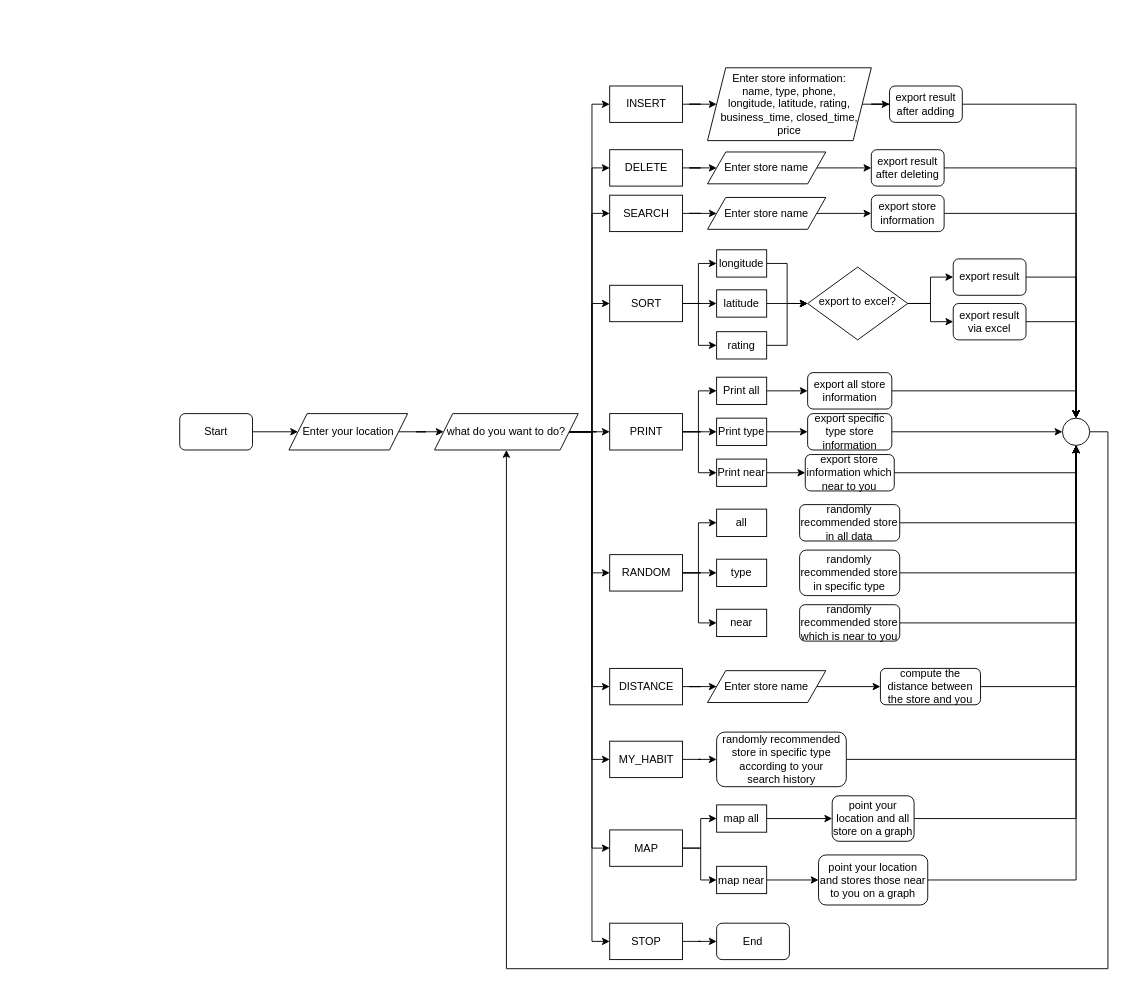
This is Untitled Diagram2.drawio from TzuyenHuang/final_project-Structure_chart, a draw.io file, before an edit. Source tidied: cells renumbered, new cells numbered last; positions are measured from the earlier drawing's top-left corner, leaving out a move shared by most shapes. Both pictures are drawn from the tidied source at 91%, with x=0, y=0 at pixel (179, 67).
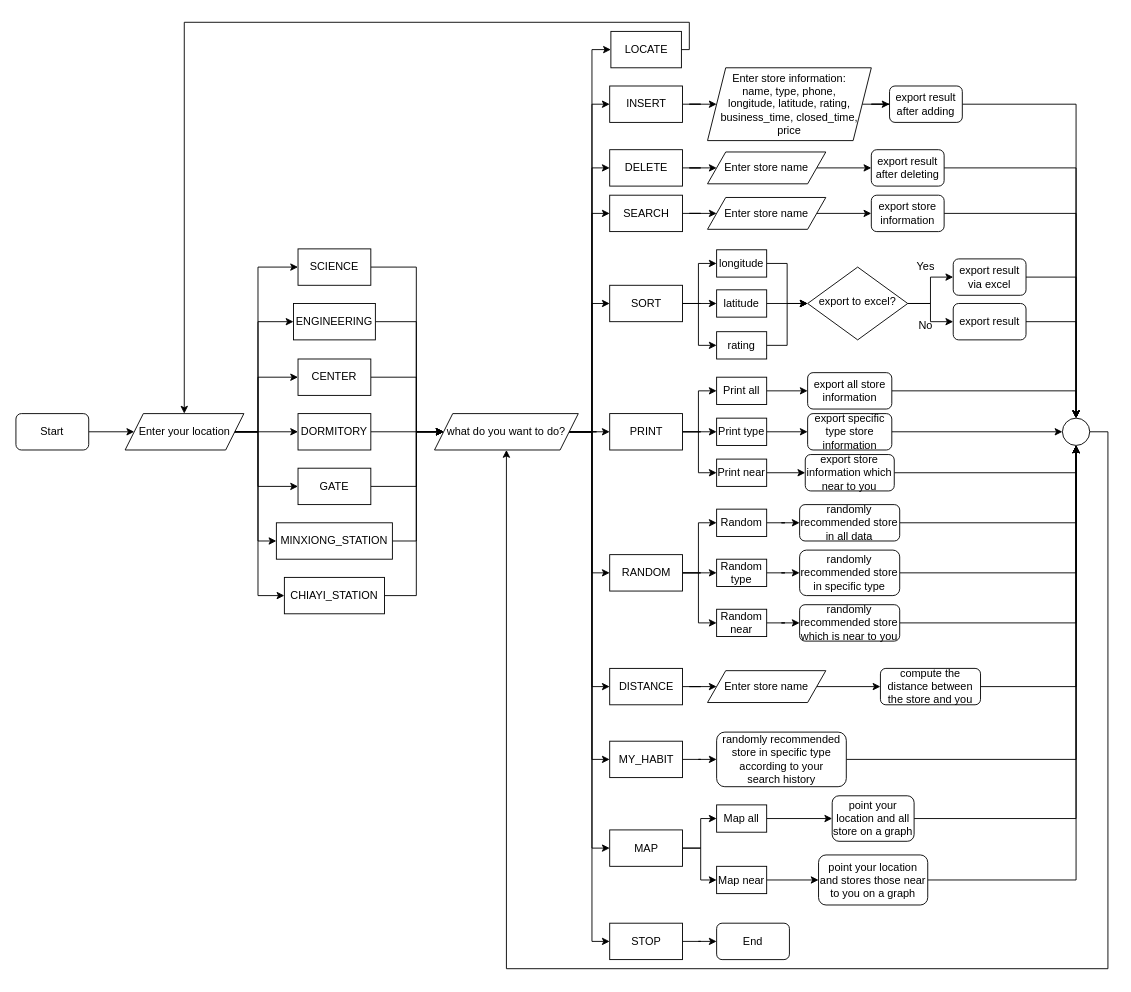
The same page after the edit.

Unchanged cells that the change refers to:
```xml
<mxCell id="14" value="what do you want to do?" style="shape=parallelogram;perimeter=parallelogramPerimeter;whiteSpace=wrap;html=1;fixedSize=1;rounded=0;" parent="1" vertex="1">
  <mxGeometry x="280" y="380" width="158" height="40" as="geometry" />
</mxCell>
<mxCell id="83" value="randomly recommended store in all data" style="rounded=1;whiteSpace=wrap;html=1;fontSize=12;glass=0;strokeWidth=1;shadow=0;" parent="1" vertex="1">
  <mxGeometry x="681.2" y="480" width="110" height="40" as="geometry" />
</mxCell>
<mxCell id="85" value="randomly recommended store in specific type" style="rounded=1;whiteSpace=wrap;html=1;fontSize=12;glass=0;strokeWidth=1;shadow=0;" parent="1" vertex="1">
  <mxGeometry x="681.2" y="530" width="110" height="50" as="geometry" />
</mxCell>
<mxCell id="87" value="randomly recommended store which is near to you" style="rounded=1;whiteSpace=wrap;html=1;fontSize=12;glass=0;strokeWidth=1;shadow=0;" parent="1" vertex="1">
  <mxGeometry x="681.2" y="590" width="110" height="40" as="geometry" />
</mxCell>
```

Change to the diagram source:
```diff
@@
-    <mxCell id="2" style="edgeStyle=orthogonalEdgeStyle;rounded=0;jettySize=auto;html=1;entryX=0;entryY=0.5;entryDx=0;entryDy=0;" parent="1" edge="1" source="3" target="14">
-      <mxGeometry relative="1" as="geometry" />
-    </mxCell>
+    <mxCell id="107" style="edgeStyle=orthogonalEdgeStyle;rounded=0;jettySize=auto;html=1;entryX=0;entryY=0.5;entryDx=0;entryDy=0;" parent="1" edge="1" source="3" target="125">
+      <mxGeometry relative="1" as="geometry" />
+    </mxCell>
+    <mxCell id="108" style="edgeStyle=orthogonalEdgeStyle;rounded=0;jettySize=auto;html=1;entryX=0;entryY=0.5;entryDx=0;entryDy=0;" parent="1" edge="1" target="123">
+      <mxGeometry relative="1" as="geometry">
+        <mxPoint x="56.5" y="400" as="sourcePoint" />
+        <Array as="points">
+          <mxPoint x="86" y="400" />
+          <mxPoint x="86" y="340" />
+        </Array>
+      </mxGeometry>
+    </mxCell>
+    <mxCell id="109" style="edgeStyle=orthogonalEdgeStyle;rounded=0;jettySize=auto;html=1;entryX=0;entryY=0.5;entryDx=0;entryDy=0;" parent="1" edge="1" target="121">
+      <mxGeometry relative="1" as="geometry">
+        <mxPoint x="46.5" y="400" as="sourcePoint" />
+        <Array as="points">
+          <mxPoint x="86" y="400" />
+          <mxPoint x="86" y="279" />
+        </Array>
+      </mxGeometry>
+    </mxCell>
+    <mxCell id="110" style="edgeStyle=orthogonalEdgeStyle;rounded=0;jettySize=auto;html=1;entryX=0;entryY=0.5;entryDx=0;entryDy=0;" parent="1" edge="1" source="3" target="131">
+      <mxGeometry relative="1" as="geometry">
+        <Array as="points">
+          <mxPoint x="86" y="400" />
+          <mxPoint x="86" y="520" />
+        </Array>
+      </mxGeometry>
+    </mxCell>
+    <mxCell id="111" style="edgeStyle=orthogonalEdgeStyle;rounded=0;jettySize=auto;html=1;entryX=0;entryY=0.5;entryDx=0;entryDy=0;" parent="1" edge="1" target="119">
+      <mxGeometry relative="1" as="geometry">
+        <mxPoint x="56.5" y="400" as="sourcePoint" />
+        <Array as="points">
+          <mxPoint x="86" y="400" />
+          <mxPoint x="86" y="219" />
+        </Array>
+      </mxGeometry>
+    </mxCell>
+    <mxCell id="112" style="edgeStyle=orthogonalEdgeStyle;rounded=0;jettySize=auto;html=1;entryX=0;entryY=0.5;entryDx=0;entryDy=0;" parent="1" edge="1" target="127">
+      <mxGeometry relative="1" as="geometry">
+        <mxPoint x="56.5" y="400" as="sourcePoint" />
+        <Array as="points">
+          <mxPoint x="86" y="400" />
+          <mxPoint x="86" y="460" />
+        </Array>
+      </mxGeometry>
+    </mxCell>
+    <mxCell id="113" style="edgeStyle=orthogonalEdgeStyle;rounded=0;jettySize=auto;html=1;entryX=0;entryY=0.5;entryDx=0;entryDy=0;" parent="1" edge="1" target="129">
+      <mxGeometry relative="1" as="geometry">
+        <mxPoint x="56.5" y="400" as="sourcePoint" />
+        <Array as="points">
+          <mxPoint x="86" y="400" />
+          <mxPoint x="86" y="580" />
+        </Array>
+      </mxGeometry>
+    </mxCell>
     <mxCell id="3" value="Enter your location" style="shape=parallelogram;perimeter=parallelogramPerimeter;whiteSpace=wrap;html=1;fixedSize=1;rounded=0;" parent="1" vertex="1">
-      <mxGeometry x="120" y="380" width="130.5" height="40" as="geometry" />
+      <mxGeometry x="-60" y="380" width="130.5" height="40" as="geometry" />
     </mxCell>
@@
+    <mxCell id="114" style="edgeStyle=orthogonalEdgeStyle;rounded=0;jettySize=auto;html=1;entryX=0;entryY=0.5;entryDx=0;entryDy=0;" parent="1" edge="1" source="14" target="132">
+      <mxGeometry relative="1" as="geometry">
+        <Array as="points">
+          <mxPoint x="453" y="400" />
+          <mxPoint x="453" y="-20" />
+        </Array>
+      </mxGeometry>
+    </mxCell>
@@
     <mxCell id="26" value="Start" style="rounded=1;whiteSpace=wrap;html=1;fontSize=12;glass=0;strokeWidth=1;shadow=0;" parent="1" vertex="1">
-      <mxGeometry y="380" width="80" height="40" as="geometry" />
+      <mxGeometry x="-180" y="380" width="80" height="40" as="geometry" />
     </mxCell>
@@
-    <mxCell id="37" value="export result" style="rounded=1;whiteSpace=wrap;html=1;fontSize=12;glass=0;strokeWidth=1;shadow=0;" parent="1" vertex="1">
+    <mxCell id="37" value="export result via excel" style="rounded=1;whiteSpace=wrap;html=1;fontSize=12;glass=0;strokeWidth=1;shadow=0;" parent="1" vertex="1">
       <mxGeometry x="850" y="210" width="80" height="40" as="geometry" />
     </mxCell>
@@
-    <mxCell id="49" value="export result via excel" style="rounded=1;whiteSpace=wrap;html=1;fontSize=12;glass=0;strokeWidth=1;shadow=0;" parent="1" vertex="1">
+    <mxCell id="49" value="export result" style="rounded=1;whiteSpace=wrap;html=1;fontSize=12;glass=0;strokeWidth=1;shadow=0;" parent="1" vertex="1">
       <mxGeometry x="850" y="259" width="80" height="40" as="geometry" />
     </mxCell>
@@
+    <mxCell id="115" style="edgeStyle=orthogonalEdgeStyle;rounded=0;jettySize=auto;html=1;entryX=0;entryY=0.5;entryDx=0;entryDy=0;" parent="1" edge="1" source="78" target="83">
+      <mxGeometry relative="1" as="geometry" />
+    </mxCell>
-    <mxCell id="78" value="all" style="rounded=0;whiteSpace=wrap;html=1;fontSize=12;glass=0;strokeWidth=1;shadow=0;" parent="1" vertex="1">
+    <mxCell id="78" value="Random" style="rounded=0;whiteSpace=wrap;html=1;fontSize=12;glass=0;strokeWidth=1;shadow=0;" parent="1" vertex="1">
       <mxGeometry x="590" y="485" width="55" height="30" as="geometry" />
     </mxCell>
+    <mxCell id="116" style="edgeStyle=orthogonalEdgeStyle;rounded=0;jettySize=auto;html=1;entryX=0;entryY=0.5;entryDx=0;entryDy=0;" parent="1" edge="1" source="79" target="85">
+      <mxGeometry relative="1" as="geometry" />
+    </mxCell>
-    <mxCell id="79" value="type" style="rounded=0;whiteSpace=wrap;html=1;fontSize=12;glass=0;strokeWidth=1;shadow=0;" parent="1" vertex="1">
+    <mxCell id="79" value="Random type" style="rounded=0;whiteSpace=wrap;html=1;fontSize=12;glass=0;strokeWidth=1;shadow=0;" parent="1" vertex="1">
       <mxGeometry x="590" y="540" width="55" height="30" as="geometry" />
     </mxCell>
+    <mxCell id="117" style="edgeStyle=orthogonalEdgeStyle;rounded=0;jettySize=auto;html=1;entryX=0;entryY=0.5;entryDx=0;entryDy=0;" parent="1" edge="1" source="80" target="87">
+      <mxGeometry relative="1" as="geometry" />
+    </mxCell>
-    <mxCell id="80" value="near" style="rounded=0;whiteSpace=wrap;html=1;fontSize=12;glass=0;strokeWidth=1;shadow=0;" parent="1" vertex="1">
+    <mxCell id="80" value="Random near" style="rounded=0;whiteSpace=wrap;html=1;fontSize=12;glass=0;strokeWidth=1;shadow=0;" parent="1" vertex="1">
       <mxGeometry x="590" y="595" width="55" height="30" as="geometry" />
     </mxCell>
@@
-    <mxCell id="102" value="map all" style="rounded=0;whiteSpace=wrap;html=1;fontSize=12;glass=0;strokeWidth=1;shadow=0;" parent="1" vertex="1">
+    <mxCell id="102" value="Map all" style="rounded=0;whiteSpace=wrap;html=1;fontSize=12;glass=0;strokeWidth=1;shadow=0;" parent="1" vertex="1">
       <mxGeometry x="590" y="810" width="55" height="30" as="geometry" />
     </mxCell>
@@
-    <mxCell id="104" value="map near" style="rounded=0;whiteSpace=wrap;html=1;fontSize=12;glass=0;strokeWidth=1;shadow=0;" parent="1" vertex="1">
+    <mxCell id="104" value="Map near" style="rounded=0;whiteSpace=wrap;html=1;fontSize=12;glass=0;strokeWidth=1;shadow=0;" parent="1" vertex="1">
       <mxGeometry x="590" y="877.5" width="55" height="30" as="geometry" />
     </mxCell>
@@
+    <mxCell id="118" style="edgeStyle=orthogonalEdgeStyle;rounded=0;jettySize=auto;html=1;entryX=0;entryY=0.5;entryDx=0;entryDy=0;" parent="1" edge="1" source="119" target="14">
+      <mxGeometry relative="1" as="geometry">
+        <Array as="points">
+          <mxPoint x="260" y="219" />
+          <mxPoint x="260" y="400" />
+        </Array>
+      </mxGeometry>
+    </mxCell>
+    <mxCell id="119" value="SCIENCE" style="rounded=0;whiteSpace=wrap;html=1;fontSize=12;glass=0;strokeWidth=1;shadow=0;" parent="1" vertex="1">
+      <mxGeometry x="130" y="199" width="80" height="40" as="geometry" />
+    </mxCell>
+    <mxCell id="120" style="edgeStyle=orthogonalEdgeStyle;rounded=0;jettySize=auto;html=1;entryX=0;entryY=0.5;entryDx=0;entryDy=0;" parent="1" edge="1" source="121" target="14">
+      <mxGeometry relative="1" as="geometry">
+        <Array as="points">
+          <mxPoint x="260" y="279" />
+          <mxPoint x="260" y="400" />
+        </Array>
+      </mxGeometry>
+    </mxCell>
+    <mxCell id="121" value="ENGINEERING" style="rounded=0;whiteSpace=wrap;html=1;fontSize=12;glass=0;strokeWidth=1;shadow=0;" parent="1" vertex="1">
+      <mxGeometry x="125" y="259" width="90" height="40" as="geometry" />
+    </mxCell>
+    <mxCell id="122" style="edgeStyle=orthogonalEdgeStyle;rounded=0;jettySize=auto;html=1;entryX=0;entryY=0.5;entryDx=0;entryDy=0;" parent="1" edge="1" source="123" target="14">
+      <mxGeometry relative="1" as="geometry">
+        <Array as="points">
+          <mxPoint x="260" y="340" />
+          <mxPoint x="260" y="400" />
+        </Array>
+      </mxGeometry>
+    </mxCell>
+    <mxCell id="123" value="CENTER" style="rounded=0;whiteSpace=wrap;html=1;fontSize=12;glass=0;strokeWidth=1;shadow=0;" parent="1" vertex="1">
+      <mxGeometry x="130" y="320" width="80" height="40" as="geometry" />
+    </mxCell>
+    <mxCell id="124" style="edgeStyle=orthogonalEdgeStyle;rounded=0;jettySize=auto;html=1;entryX=0;entryY=0.5;entryDx=0;entryDy=0;" parent="1" edge="1" source="125" target="14">
+      <mxGeometry relative="1" as="geometry" />
+    </mxCell>
+    <mxCell id="125" value="DORMITORY" style="rounded=0;whiteSpace=wrap;html=1;fontSize=12;glass=0;strokeWidth=1;shadow=0;" parent="1" vertex="1">
+      <mxGeometry x="130" y="380" width="80" height="40" as="geometry" />
+    </mxCell>
+    <mxCell id="126" style="edgeStyle=orthogonalEdgeStyle;rounded=0;jettySize=auto;html=1;entryX=0;entryY=0.5;entryDx=0;entryDy=0;" parent="1" edge="1" source="127" target="14">
+      <mxGeometry relative="1" as="geometry">
+        <Array as="points">
+          <mxPoint x="260" y="460" />
+          <mxPoint x="260" y="400" />
+        </Array>
+      </mxGeometry>
+    </mxCell>
+    <mxCell id="127" value="GATE" style="rounded=0;whiteSpace=wrap;html=1;fontSize=12;glass=0;strokeWidth=1;shadow=0;" parent="1" vertex="1">
+      <mxGeometry x="130" y="440" width="80" height="40" as="geometry" />
+    </mxCell>
+    <mxCell id="128" style="edgeStyle=orthogonalEdgeStyle;rounded=0;jettySize=auto;html=1;entryX=0;entryY=0.5;entryDx=0;entryDy=0;" parent="1" edge="1" source="129" target="14">
+      <mxGeometry relative="1" as="geometry">
+        <Array as="points">
+          <mxPoint x="260" y="580" />
+          <mxPoint x="260" y="400" />
+        </Array>
+      </mxGeometry>
+    </mxCell>
+    <mxCell id="129" value="CHIAYI_STATION" style="rounded=0;whiteSpace=wrap;html=1;fontSize=12;glass=0;strokeWidth=1;shadow=0;" parent="1" vertex="1">
+      <mxGeometry x="115" y="560" width="110" height="40" as="geometry" />
+    </mxCell>
+    <mxCell id="130" style="edgeStyle=orthogonalEdgeStyle;rounded=0;jettySize=auto;html=1;entryX=0;entryY=0.5;entryDx=0;entryDy=0;" parent="1" edge="1" source="131" target="14">
+      <mxGeometry relative="1" as="geometry">
+        <Array as="points">
+          <mxPoint x="260" y="520" />
+          <mxPoint x="260" y="400" />
+        </Array>
+      </mxGeometry>
+    </mxCell>
+    <mxCell id="131" value="MINXIONG_STATION" style="rounded=0;whiteSpace=wrap;html=1;fontSize=12;glass=0;strokeWidth=1;shadow=0;" parent="1" vertex="1">
+      <mxGeometry x="106.2" y="500" width="127.5" height="40" as="geometry" />
+    </mxCell>
+    <mxCell id="132" value="LOCATE" style="rounded=0;whiteSpace=wrap;html=1;fontSize=12;glass=0;strokeWidth=1;shadow=0;" parent="1" vertex="1">
+      <mxGeometry x="473.8" y="-40" width="77.5" height="40" as="geometry" />
+    </mxCell>
+    <mxCell id="133" style="edgeStyle=orthogonalEdgeStyle;rounded=0;jettySize=auto;html=1;exitX=1;exitY=0.5;exitDx=0;exitDy=0;" parent="1" edge="1" source="132" target="3">
+      <mxGeometry relative="1" as="geometry">
+        <Array as="points">
+          <mxPoint x="560" y="-20" />
+          <mxPoint x="560" y="-50" />
+          <mxPoint x="5" y="-50" />
+        </Array>
+      </mxGeometry>
+    </mxCell>
+    <mxCell id="134" value="Yes" style="text;html=1;strokeColor=none;fillColor=none;align=center;verticalAlign=middle;whiteSpace=wrap;rounded=0;" parent="1" vertex="1">
+      <mxGeometry x="790" y="204" width="60" height="30" as="geometry" />
+    </mxCell>
+    <mxCell id="135" value="No" style="text;html=1;strokeColor=none;fillColor=none;align=center;verticalAlign=middle;whiteSpace=wrap;rounded=0;" parent="1" vertex="1">
+      <mxGeometry x="790" y="269" width="60" height="30" as="geometry" />
+    </mxCell>
```
